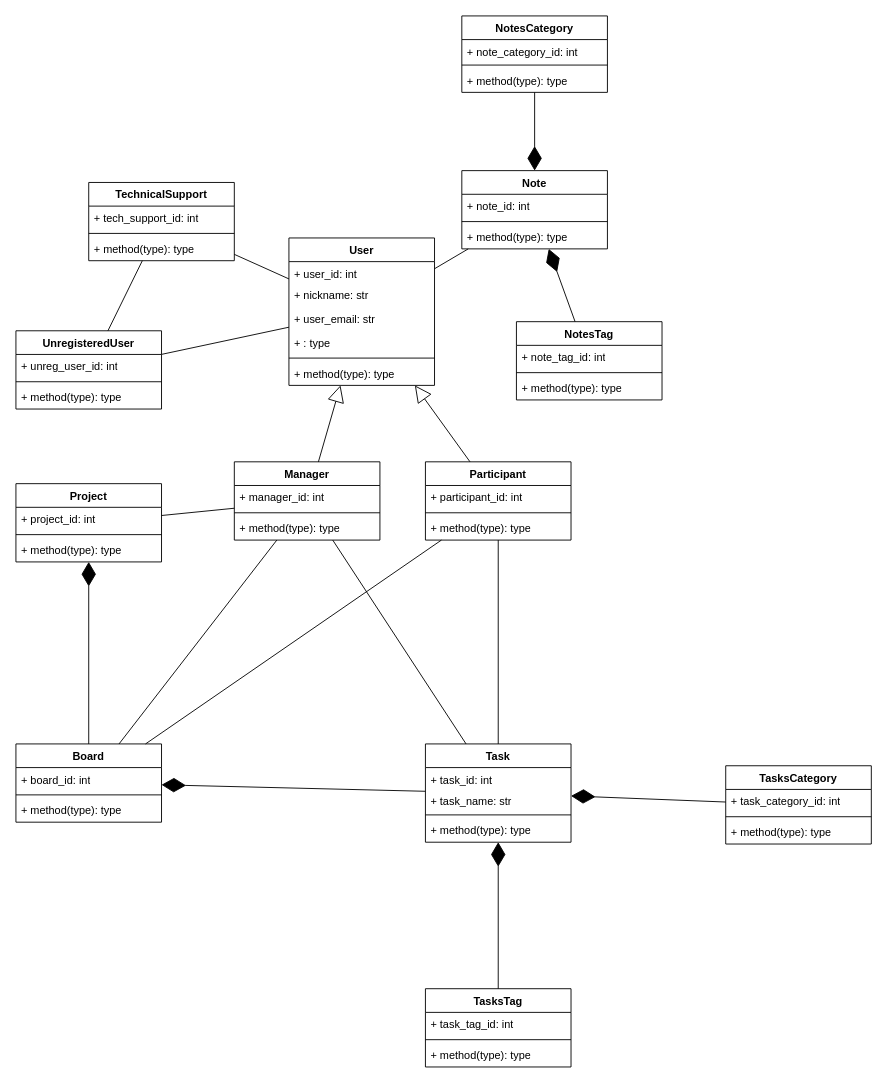
Above: TRPO3.drawio.xml in diamko/Lab3 (draw.io), before the change. Source tidied: cells renumbered, new cells numbered last; positions are measured from the earlier drawing's top-left corner, leaving out a move shared by most shapes. Both pictures are drawn from the tidied source at 91%, with x=0, y=0 at pixel (15, 15).
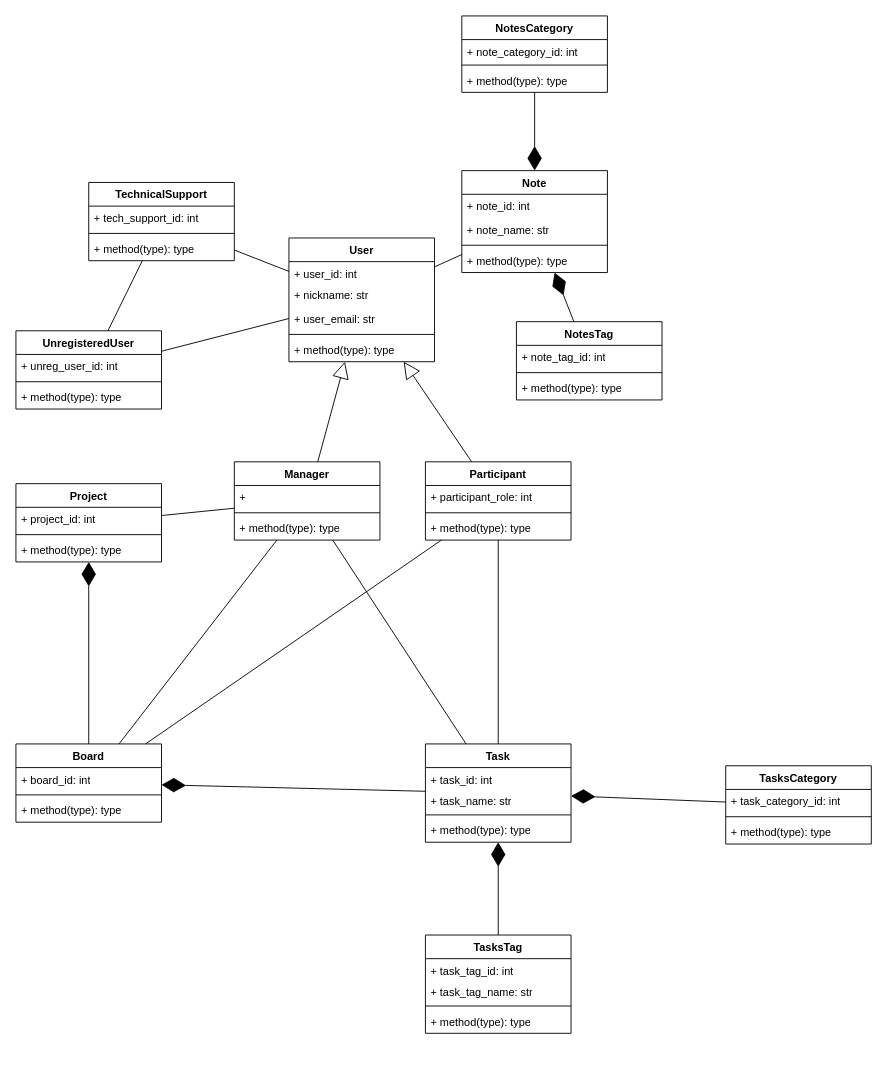
After the change.

The change refers to these unchanged cells:
```xml
<mxCell id="2" value="Manager" style="swimlane;fontStyle=1;align=center;verticalAlign=top;horizontal=1;startSize=26;whiteSpace=wrap;html=1;" parent="1" vertex="1">
  <mxGeometry x="240" y="490" width="160" height="86" as="geometry" />
</mxCell>
<mxCell id="13" value="&lt;span style=&quot;white-space: pre-wrap;&quot; class=&quot;aNeGP0gI0B9AV8JaHPyH&quot;&gt;Participant&lt;/span&gt;" style="swimlane;fontStyle=1;align=center;verticalAlign=top;horizontal=1;startSize=26;whiteSpace=wrap;html=1;" parent="1" vertex="1">
  <mxGeometry x="450" y="490" width="160" height="86" as="geometry" />
</mxCell>
```

What changed in the source:
```diff
@@
-    <mxCell id="3" value="+ manager_id: int" style="text;strokeColor=none;fillColor=none;align=left;verticalAlign=top;spacingLeft=4;spacingRight=4;overflow=hidden;whiteSpace=wrap;html=1;" parent="2" vertex="1">
+    <mxCell id="3" value="+&amp;nbsp;" style="text;strokeColor=none;fillColor=none;align=left;verticalAlign=top;spacingLeft=4;spacingRight=4;overflow=hidden;whiteSpace=wrap;html=1;" parent="2" vertex="1">
       <mxGeometry y="26" width="160" height="26" as="geometry" />
     </mxCell>
@@
     <mxCell id="6" value="User" style="swimlane;fontStyle=1;align=center;verticalAlign=top;horizontal=1;startSize=26;whiteSpace=wrap;html=1;" parent="1" vertex="1">
-      <mxGeometry x="300" y="244" width="160" height="162" as="geometry" />
+      <mxGeometry x="300" y="244" width="160" height="136" as="geometry" />
     </mxCell>
@@
-    <mxCell id="10" value="+ : type" style="text;strokeColor=none;fillColor=none;align=left;verticalAlign=top;spacingLeft=4;spacingRight=4;overflow=hidden;whiteSpace=wrap;html=1;" parent="6" vertex="1">
-      <mxGeometry y="102" width="160" height="26" as="geometry" />
-    </mxCell>
     <mxCell id="11" style="line;strokeWidth=1;fillColor=none;align=left;verticalAlign=middle;spacingTop=-1;spacingLeft=3;spacingRight=3;labelPosition=right;strokeColor=inherit;" parent="6" vertex="1">
-      <mxGeometry y="128" width="160" height="8" as="geometry" />
+      <mxGeometry y="102" width="160" height="8" as="geometry" />
     </mxCell>
     <mxCell id="12" value="+ method(type): type" style="text;strokeColor=none;fillColor=none;align=left;verticalAlign=top;spacingLeft=4;spacingRight=4;overflow=hidden;whiteSpace=wrap;html=1;" parent="6" vertex="1">
-      <mxGeometry y="136" width="160" height="26" as="geometry" />
+      <mxGeometry y="110" width="160" height="26" as="geometry" />
     </mxCell>
@@
-    <mxCell id="14" value="+ participant_id: int" style="text;strokeColor=none;fillColor=none;align=left;verticalAlign=top;spacingLeft=4;spacingRight=4;overflow=hidden;whiteSpace=wrap;html=1;" parent="13" vertex="1">
+    <mxCell id="14" value="+ participant_role: int" style="text;strokeColor=none;fillColor=none;align=left;verticalAlign=top;spacingLeft=4;spacingRight=4;overflow=hidden;whiteSpace=wrap;html=1;" parent="13" vertex="1">
       <mxGeometry y="26" width="160" height="26" as="geometry" />
     </mxCell>
@@
     <mxCell id="33" value="Note" style="swimlane;fontStyle=1;align=center;verticalAlign=top;horizontal=1;startSize=26;whiteSpace=wrap;html=1;" parent="1" vertex="1">
-      <mxGeometry x="490" y="170" width="160" height="86" as="geometry" />
+      <mxGeometry x="490" y="170" width="160" height="112" as="geometry" />
     </mxCell>
-    <mxCell id="34" value="+ note_id: int" style="text;strokeColor=none;fillColor=none;align=left;verticalAlign=top;spacingLeft=4;spacingRight=4;overflow=hidden;whiteSpace=wrap;html=1;" parent="33" vertex="1">
+    <mxCell id="34" value="&lt;div&gt;+ note_id: int&lt;/div&gt;" style="text;strokeColor=none;fillColor=none;align=left;verticalAlign=top;spacingLeft=4;spacingRight=4;overflow=hidden;whiteSpace=wrap;html=1;" parent="33" vertex="1">
       <mxGeometry y="26" width="160" height="26" as="geometry" />
     </mxCell>
+    <mxCell id="75" value="&lt;div&gt;+ note_name: str&lt;/div&gt;" style="text;strokeColor=none;fillColor=none;align=left;verticalAlign=top;spacingLeft=4;spacingRight=4;overflow=hidden;whiteSpace=wrap;html=1;" parent="33" vertex="1">
+      <mxGeometry y="52" width="160" height="26" as="geometry" />
+    </mxCell>
     <mxCell id="35" style="line;strokeWidth=1;fillColor=none;align=left;verticalAlign=middle;spacingTop=-1;spacingLeft=3;spacingRight=3;labelPosition=right;strokeColor=inherit;" parent="33" vertex="1">
-      <mxGeometry y="52" width="160" height="8" as="geometry" />
+      <mxGeometry y="78" width="160" height="8" as="geometry" />
     </mxCell>
     <mxCell id="36" value="+ method(type): type" style="text;strokeColor=none;fillColor=none;align=left;verticalAlign=top;spacingLeft=4;spacingRight=4;overflow=hidden;whiteSpace=wrap;html=1;" parent="33" vertex="1">
-      <mxGeometry y="60" width="160" height="26" as="geometry" />
+      <mxGeometry y="86" width="160" height="26" as="geometry" />
     </mxCell>
@@
     <mxCell id="55" value="TasksTag" style="swimlane;fontStyle=1;align=center;verticalAlign=top;horizontal=1;startSize=26;whiteSpace=wrap;html=1;" parent="1" vertex="1">
-      <mxGeometry x="450" y="1069" width="160" height="86" as="geometry" />
+      <mxGeometry x="450" y="1010" width="160" height="108" as="geometry" />
     </mxCell>
     <mxCell id="56" value="+ task_tag_id: int" style="text;strokeColor=none;fillColor=none;align=left;verticalAlign=top;spacingLeft=4;spacingRight=4;overflow=hidden;whiteSpace=wrap;html=1;" parent="55" vertex="1">
-      <mxGeometry y="26" width="160" height="26" as="geometry" />
+      <mxGeometry y="26" width="160" height="24" as="geometry" />
     </mxCell>
+    <mxCell id="76" value="+ task_tag_name: str" style="text;strokeColor=none;fillColor=none;align=left;verticalAlign=top;spacingLeft=4;spacingRight=4;overflow=hidden;whiteSpace=wrap;html=1;" parent="55" vertex="1">
+      <mxGeometry y="50" width="160" height="24" as="geometry" />
+    </mxCell>
     <mxCell id="57" style="line;strokeWidth=1;fillColor=none;align=left;verticalAlign=middle;spacingTop=-1;spacingLeft=3;spacingRight=3;labelPosition=right;strokeColor=inherit;" parent="55" vertex="1">
-      <mxGeometry y="52" width="160" height="8" as="geometry" />
+      <mxGeometry y="74" width="160" height="8" as="geometry" />
     </mxCell>
     <mxCell id="58" value="+ method(type): type" style="text;strokeColor=none;fillColor=none;align=left;verticalAlign=top;spacingLeft=4;spacingRight=4;overflow=hidden;whiteSpace=wrap;html=1;" parent="55" vertex="1">
-      <mxGeometry y="60" width="160" height="26" as="geometry" />
+      <mxGeometry y="82" width="160" height="26" as="geometry" />
     </mxCell>
```
